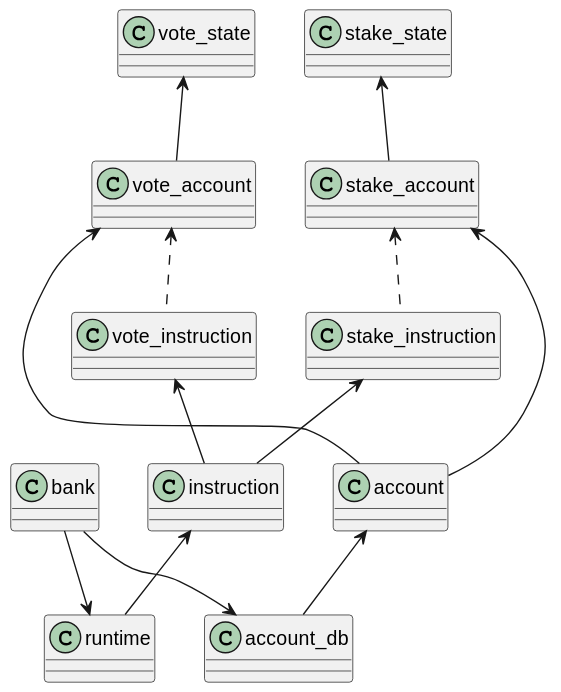
Before: notes/out/relations/relations.svg, a diagram exported from PlantUML (HaoranYi/kin_scripts). Its diagram source:
```plantuml
@startuml

together {
    class account
    class instruction
}

together {
    class vote_account
    class stake_account
}

together {
    class vote_state
    class stake_state
}

together {
    class vote_instruction
    class stake_instruction
}

together {
    class account_db
    class runtime
}

vote_state <-- vote_account
stake_state <-- stake_account

vote_account <-- account
stake_account <-- account

class vote_instruction
vote_instruction <-- instruction
stake_instruction <-- instruction

vote_account <.. vote_instruction
stake_account <.. stake_instruction

account <-- account_db
instruction <-- runtime

class bank
bank --> account_db
bank --> runtime
@enduml
```
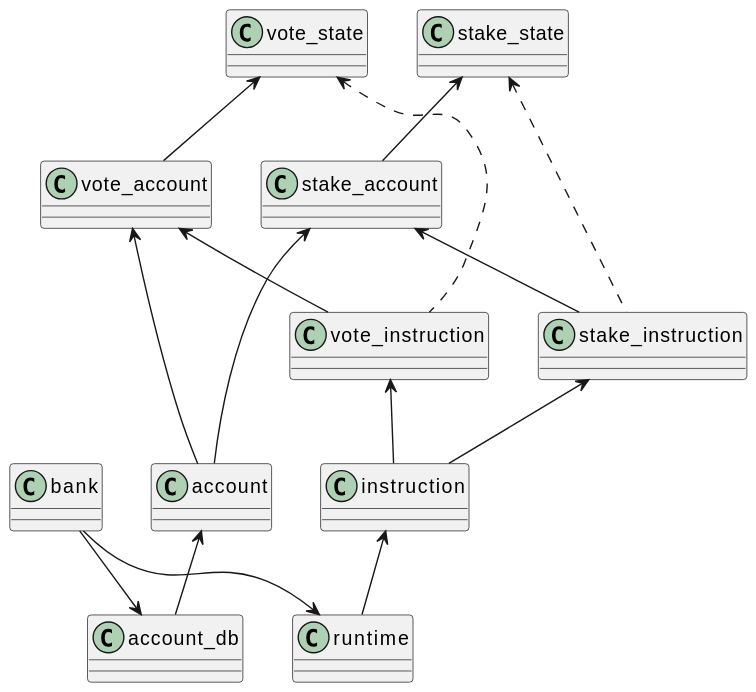
Above is the later version.

The edit, as a diff of the source:
```diff
@@ -35,8 +35,11 @@
 vote_instruction <-- instruction
 stake_instruction <-- instruction
 
-vote_account <.. vote_instruction
-stake_account <.. stake_instruction
+vote_account <-- vote_instruction
+stake_account <-- stake_instruction
+
+vote_state <.. vote_instruction
+stake_state <.. stake_instruction
 
 account <-- account_db
 instruction <-- runtime
```
